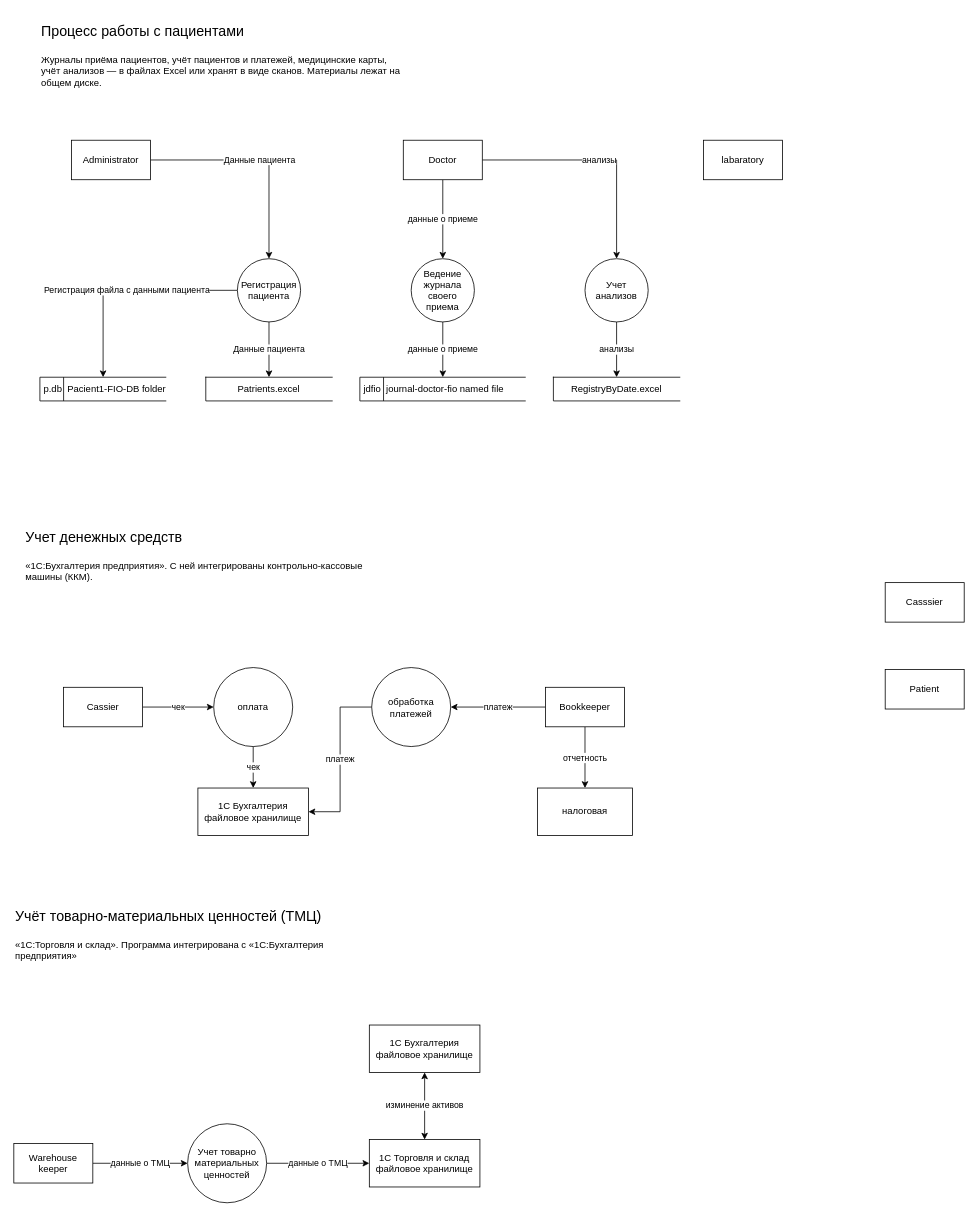
This is Task1/data-flow-diagram.drawio from chaos-adept/architecture-medikamente, a draw.io file, before an edit. Source tidied: cells renumbered, new cells numbered last; positions are measured from the earlier drawing's top-left corner, leaving out a move shared by most shapes. Both pictures are drawn from the tidied source at 79%, with x=0, y=0 at pixel (13, 13).
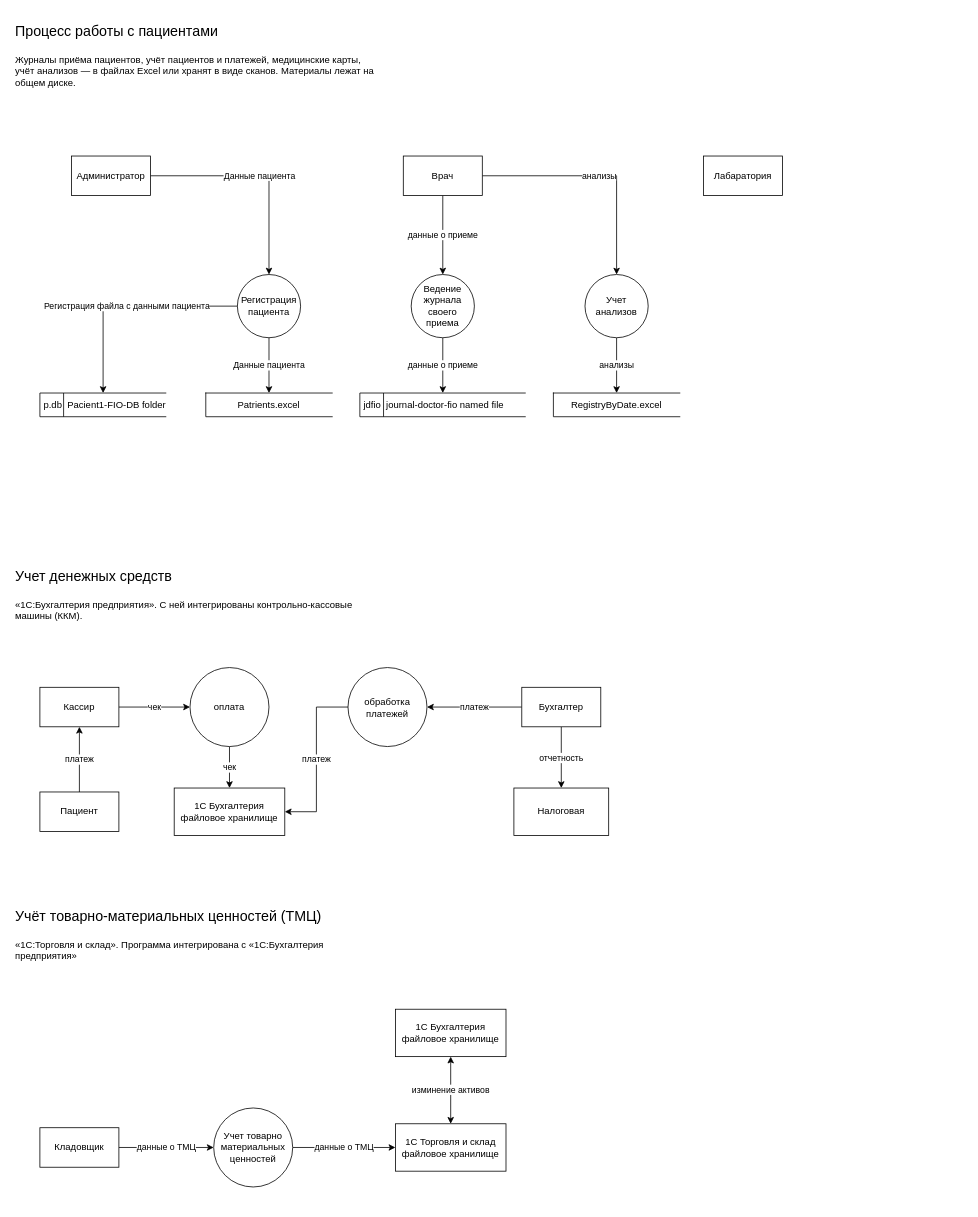
The same page after the edit.

The edit, as a diff of the source:
```diff
@@
-    <mxCell id="4" value="Doctor" style="html=1;dashed=0;whiteSpace=wrap;" parent="1" vertex="1">
-      <mxGeometry x="493" y="160" width="100" height="50" as="geometry" />
+    <mxCell id="4" value="Врач" style="html=1;dashed=0;whiteSpace=wrap;" parent="1" vertex="1">
+      <mxGeometry x="493" y="180" width="100" height="50" as="geometry" />
     </mxCell>
@@
-    <mxCell id="6" value="Administrator" style="html=1;dashed=0;whiteSpace=wrap;" parent="1" vertex="1">
-      <mxGeometry x="73" y="160" width="100" height="50" as="geometry" />
+    <mxCell id="6" value="Администратор" style="html=1;dashed=0;whiteSpace=wrap;" parent="1" vertex="1">
+      <mxGeometry x="73" y="180" width="100" height="50" as="geometry" />
     </mxCell>
@@
-    <mxCell id="9" value="Bookkeeper" style="html=1;dashed=0;whiteSpace=wrap;" parent="1" vertex="1">
-      <mxGeometry x="673" y="852.5" width="100" height="50" as="geometry" />
+    <mxCell id="9" value="Бухгалтер" style="html=1;dashed=0;whiteSpace=wrap;" parent="1" vertex="1">
+      <mxGeometry x="643" y="852.5" width="100" height="50" as="geometry" />
     </mxCell>
@@
-    <mxCell id="11" value="Warehouse keeper" style="html=1;dashed=0;whiteSpace=wrap;" parent="1" vertex="1">
-      <mxGeometry y="1430" width="100" height="50" as="geometry" />
+    <mxCell id="11" value="Кладовщик" style="html=1;dashed=0;whiteSpace=wrap;" parent="1" vertex="1">
+      <mxGeometry x="33" y="1410" width="100" height="50" as="geometry" />
     </mxCell>
+    <mxCell id="42" value="платеж" style="edgeStyle=orthogonalEdgeStyle;rounded=0;jettySize=auto;html=1;" parent="1" edge="1" source="12" target="33">
+      <mxGeometry relative="1" as="geometry" />
+    </mxCell>
-    <mxCell id="12" value="Patient" style="html=1;dashed=0;whiteSpace=wrap;" parent="1" vertex="1">
-      <mxGeometry x="1103" y="830" width="100" height="50" as="geometry" />
+    <mxCell id="12" value="Пациент" style="html=1;dashed=0;whiteSpace=wrap;" parent="1" vertex="1">
+      <mxGeometry x="33" y="985" width="100" height="50" as="geometry" />
     </mxCell>
-    <mxCell id="13" value="Casssier" style="html=1;dashed=0;whiteSpace=wrap;" parent="1" vertex="1">
-      <mxGeometry x="1103" y="720" width="100" height="50" as="geometry" />
-    </mxCell>
-    <mxCell id="14" value="labaratory" style="html=1;dashed=0;whiteSpace=wrap;" parent="1" vertex="1">
-      <mxGeometry x="873" y="160" width="100" height="50" as="geometry" />
+    <mxCell id="14" value="Лабаратория" style="html=1;dashed=0;whiteSpace=wrap;" parent="1" vertex="1">
+      <mxGeometry x="873" y="180" width="100" height="50" as="geometry" />
     </mxCell>
@@
     <mxCell id="17" value="Регистрация пациента" style="shape=ellipse;html=1;dashed=0;whiteSpace=wrap;perimeter=ellipsePerimeter;" parent="1" vertex="1">
-      <mxGeometry x="283" y="310" width="80" height="80" as="geometry" />
+      <mxGeometry x="283" y="330" width="80" height="80" as="geometry" />
     </mxCell>
@@
     <mxCell id="19" value="Ведение журнала своего приема" style="shape=ellipse;html=1;dashed=0;whiteSpace=wrap;perimeter=ellipsePerimeter;" parent="1" vertex="1">
-      <mxGeometry x="503" y="310" width="80" height="80" as="geometry" />
+      <mxGeometry x="503" y="330" width="80" height="80" as="geometry" />
     </mxCell>
@@
     <mxCell id="21" value="оплата" style="shape=ellipse;html=1;dashed=0;whiteSpace=wrap;perimeter=ellipsePerimeter;" parent="1" vertex="1">
-      <mxGeometry x="253" y="827.5" width="100" height="100" as="geometry" />
+      <mxGeometry x="223" y="827.5" width="100" height="100" as="geometry" />
     </mxCell>
@@
     <mxCell id="23" value="Учет товарно материальных ценностей" style="shape=ellipse;html=1;dashed=0;whiteSpace=wrap;perimeter=ellipsePerimeter;" parent="1" vertex="1">
-      <mxGeometry x="220" y="1405" width="100" height="100" as="geometry" />
+      <mxGeometry x="253" y="1385" width="100" height="100" as="geometry" />
     </mxCell>
     <mxCell id="24" value="&lt;h1 style=&quot;margin-top: 0px;&quot;&gt;&lt;span style=&quot;font-size: 18px; text-align: center; background-color: transparent; color: light-dark(rgb(0, 0, 0), rgb(255, 255, 255)); font-weight: normal;&quot;&gt;Процесс работы с пациентами&amp;nbsp;&lt;/span&gt;&lt;/h1&gt;&lt;p&gt;Журналы приёма пациентов, учёт пациентов и платежей, медицинские карты, учёт анализов ― в файлах Excel или хранят в виде сканов. Материалы лежат на общем диске.&lt;/p&gt;" style="text;html=1;whiteSpace=wrap;overflow=hidden;rounded=0;" parent="1" vertex="1">
-      <mxGeometry x="33" width="460" height="120" as="geometry" />
+      <mxGeometry width="460" height="120" as="geometry" />
     </mxCell>
@@
     <mxCell id="26" value="Учет анализов" style="shape=ellipse;html=1;dashed=0;whiteSpace=wrap;perimeter=ellipsePerimeter;" parent="1" vertex="1">
-      <mxGeometry x="723" y="310" width="80" height="80" as="geometry" />
+      <mxGeometry x="723" y="330" width="80" height="80" as="geometry" />
     </mxCell>
     <mxCell id="27" value="Patrients.excel" style="html=1;dashed=0;whiteSpace=wrap;shape=partialRectangle;right=0;" parent="1" vertex="1">
-      <mxGeometry x="243" y="460" width="160" height="30" as="geometry" />
+      <mxGeometry x="243" y="480" width="160" height="30" as="geometry" />
     </mxCell>
     <mxCell id="28" value="p.db&amp;nbsp; Pacient1-FIO-DB folder" style="html=1;dashed=0;whiteSpace=wrap;shape=mxgraph.dfd.dataStoreID;align=left;spacingLeft=3;points=[[0,0],[0.5,0],[1,0],[0,0.5],[1,0.5],[0,1],[0.5,1],[1,1]];" parent="1" vertex="1">
-      <mxGeometry x="33" y="460" width="160" height="30" as="geometry" />
+      <mxGeometry x="33" y="480" width="160" height="30" as="geometry" />
     </mxCell>
     <mxCell id="29" value="jdfio&amp;nbsp; journal-doctor-fio named file" style="html=1;dashed=0;whiteSpace=wrap;shape=mxgraph.dfd.dataStoreID;align=left;spacingLeft=3;points=[[0,0],[0.5,0],[1,0],[0,0.5],[1,0.5],[0,1],[0.5,1],[1,1]];" parent="1" vertex="1">
-      <mxGeometry x="438" y="460" width="210" height="30" as="geometry" />
+      <mxGeometry x="438" y="480" width="210" height="30" as="geometry" />
     </mxCell>
     <mxCell id="30" value="RegistryByDate.excel" style="html=1;dashed=0;whiteSpace=wrap;shape=partialRectangle;right=0;" parent="1" vertex="1">
-      <mxGeometry x="683" y="460" width="160" height="30" as="geometry" />
+      <mxGeometry x="683" y="480" width="160" height="30" as="geometry" />
     </mxCell>
     <mxCell id="31" value="&lt;h1 style=&quot;margin-top: 0px;&quot;&gt;&lt;span style=&quot;text-align: center; background-color: transparent; font-weight: normal; font-size: 18px; color: light-dark(rgb(0, 0, 0), rgb(255, 255, 255));&quot;&gt;Учет денежных средств&amp;nbsp;&lt;/span&gt;&lt;/h1&gt;&lt;p&gt;«1С:Бухгалтерия предприятия». С ней интегрированы контрольно-кассовые машины (ККМ).&lt;/p&gt;" style="text;html=1;whiteSpace=wrap;overflow=hidden;rounded=0;" parent="1" vertex="1">
-      <mxGeometry x="13" y="640" width="460" height="100" as="geometry" />
+      <mxGeometry y="690" width="460" height="100" as="geometry" />
     </mxCell>
@@
-    <mxCell id="33" value="Cassier" style="html=1;dashed=0;whiteSpace=wrap;" parent="1" vertex="1">
-      <mxGeometry x="63" y="852.5" width="100" height="50" as="geometry" />
+    <mxCell id="33" value="Кассир" style="html=1;dashed=0;whiteSpace=wrap;" parent="1" vertex="1">
+      <mxGeometry x="33" y="852.5" width="100" height="50" as="geometry" />
     </mxCell>
     <mxCell id="34" value="1С Бухгалтерия&lt;br&gt;файловое хранилище" style="html=1;dashed=0;whiteSpace=wrap;" parent="1" vertex="1">
-      <mxGeometry x="233" y="980" width="140" height="60" as="geometry" />
+      <mxGeometry x="203" y="980" width="140" height="60" as="geometry" />
     </mxCell>
@@
     <mxCell id="36" value="обработка платежей" style="shape=ellipse;html=1;dashed=0;whiteSpace=wrap;perimeter=ellipsePerimeter;" parent="1" vertex="1">
-      <mxGeometry x="453" y="827.5" width="100" height="100" as="geometry" />
+      <mxGeometry x="423" y="827.5" width="100" height="100" as="geometry" />
     </mxCell>
-    <mxCell id="37" value="налоговая" style="rounded=0;whiteSpace=wrap;html=1;" parent="1" vertex="1">
-      <mxGeometry x="663" y="980" width="120" height="60" as="geometry" />
+    <mxCell id="37" value="Налоговая" style="rounded=0;whiteSpace=wrap;html=1;" parent="1" vertex="1">
+      <mxGeometry x="633" y="980" width="120" height="60" as="geometry" />
     </mxCell>
@@
     <mxCell id="40" value="1С Торговля и склад файловое хранилище" style="html=1;dashed=0;whiteSpace=wrap;" parent="1" vertex="1">
-      <mxGeometry x="450" y="1425" width="140" height="60" as="geometry" />
+      <mxGeometry x="483" y="1405" width="140" height="60" as="geometry" />
     </mxCell>
     <mxCell id="41" value="1С Бухгалтерия&lt;br&gt;файловое хранилище" style="html=1;dashed=0;whiteSpace=wrap;" parent="1" vertex="1">
-      <mxGeometry x="450" y="1280" width="140" height="60" as="geometry" />
+      <mxGeometry x="483" y="1260" width="140" height="60" as="geometry" />
     </mxCell>
```
